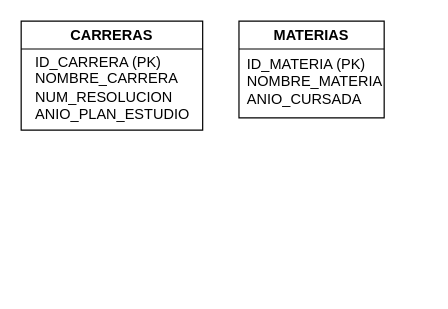
Above: Diagrama sin título.drawio in BruEspindolaKTM/2do_Analista_De_Sistemas_AlgoritmosII (draw.io), before the change. Source tidied: cells renumbered, new cells numbered last; positions are measured from the earlier drawing's top-left corner, leaving out a move shared by most shapes. Both pictures are drawn from the tidied source at 121%, with x=0, y=0 at pixel (21, 21).
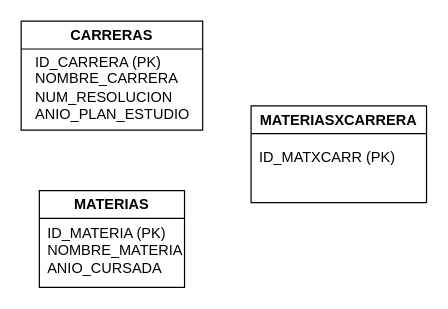
The same diagram, later.

Commit message:
TABLAS BDD

The edit, as a diff of the source:
```diff
@@
 <mxGraphModel>
   <root>
     <mxCell id="0" />
     <mxCell id="1" parent="0" />
     <mxCell id="2" value="CARRERAS" style="swimlane;whiteSpace=wrap;html=1;" parent="1" vertex="1">
       <mxGeometry width="150" height="90" as="geometry" />
     </mxCell>
     <mxCell id="3" value="ID_CARRERA (PK)&lt;div&gt;NOMBRE_CARRERA&lt;/div&gt;&lt;div&gt;NUM_RESOLUCION&lt;/div&gt;&lt;div&gt;ANIO_PLAN_ESTUDIO&lt;/div&gt;" style="text;html=1;align=left;verticalAlign=middle;strokeColor=none;fillColor=none;" parent="2" vertex="1">
       <mxGeometry x="10" y="20" width="150" height="70" as="geometry" />
     </mxCell>
     <mxCell id="4" value="MATERIAS" style="swimlane;whiteSpace=wrap;html=1;" parent="1" vertex="1">
-      <mxGeometry x="180" width="120" height="80" as="geometry" />
+      <mxGeometry x="15" y="140" width="120" height="80" as="geometry" />
     </mxCell>
     <mxCell id="5" value="ID_MATERIA (PK)&lt;div&gt;NOMBRE_MATERIA&lt;/div&gt;&lt;div&gt;ANIO_CURSADA&lt;/div&gt;" style="text;html=1;align=left;verticalAlign=middle;strokeColor=none;fillColor=none;" parent="4" vertex="1">
       <mxGeometry x="5" y="20" width="140" height="60" as="geometry" />
     </mxCell>
+    <mxCell id="6" value="MATERIASXCARRERA" style="swimlane;whiteSpace=wrap;html=1;" parent="1" vertex="1">
+      <mxGeometry x="190" y="70" width="145" height="80" as="geometry" />
+    </mxCell>
+    <mxCell id="7" value="ID_MATXCARR (PK)&lt;div&gt;&lt;br&gt;&lt;/div&gt;" style="text;html=1;align=left;verticalAlign=middle;strokeColor=none;fillColor=none;" parent="6" vertex="1">
+      <mxGeometry x="5" y="30" width="140" height="40" as="geometry" />
+    </mxCell>
   </root>
 </mxGraphModel>
```
